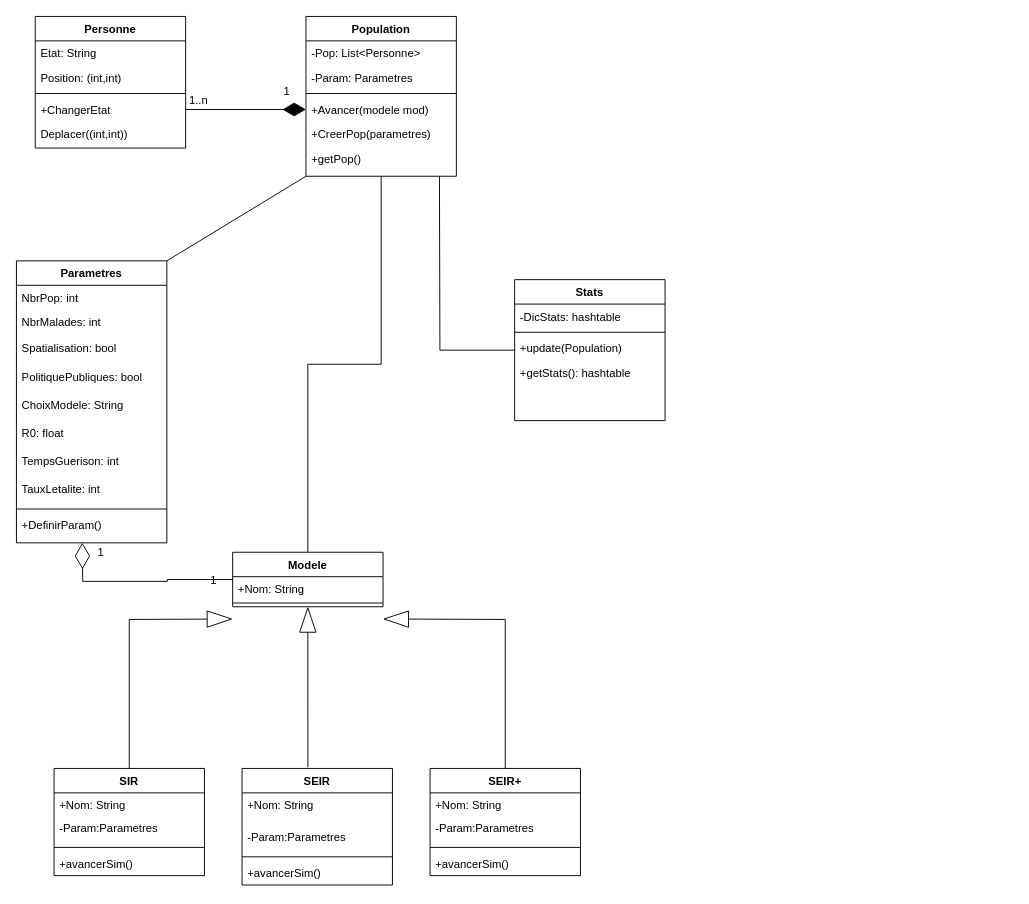
Before: Class_diagram.drawio in thomas-binga/APO_SIR_PROJET, a draw.io diagram. Source tidied: cells renumbered, new cells numbered last; positions are measured from the earlier drawing's top-left corner, leaving out a move shared by most shapes. Both pictures are drawn from the tidied source at 94%, with x=0, y=0 at pixel (16, 16).
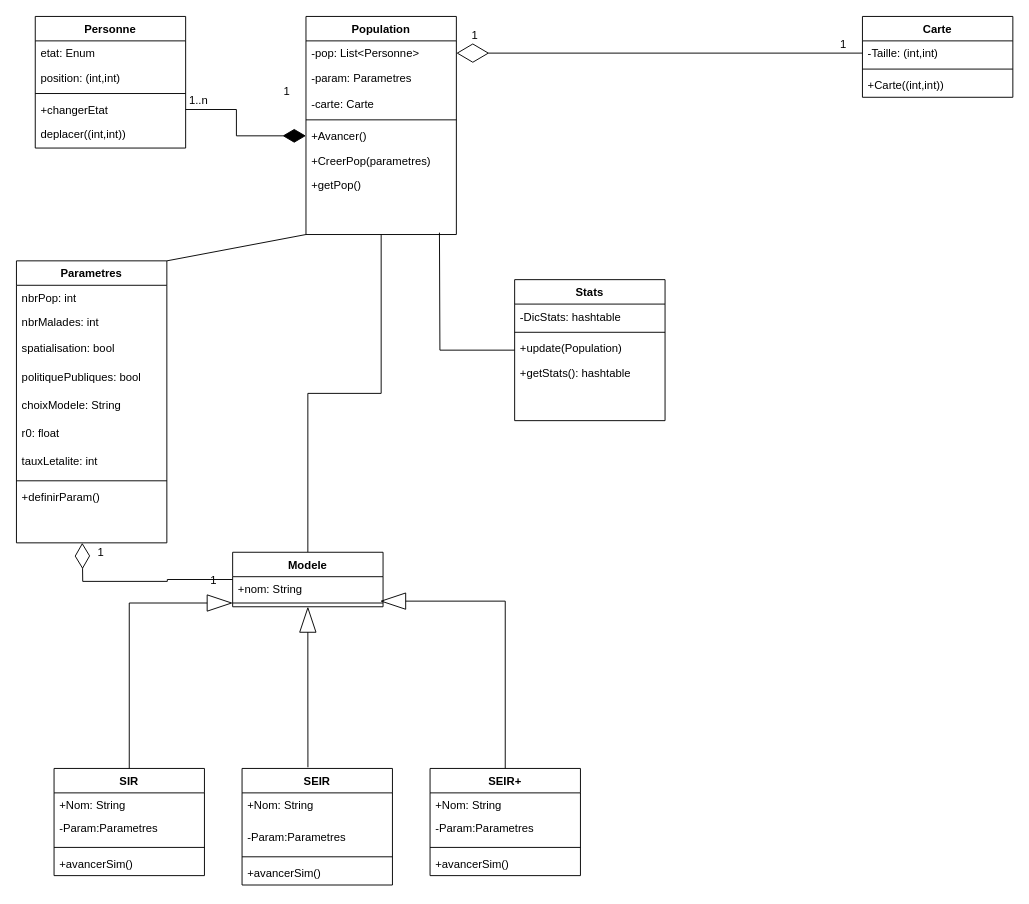
After the change.

Unchanged cells that the change refers to:
```xml
<mxCell id="2" value="Personne" style="swimlane;fontStyle=1;align=center;verticalAlign=top;horizontal=1;startSize=26;rounded=0;shadow=0;strokeWidth=1;" parent="1" vertex="1">
  <mxGeometry x="20" width="160" height="140" as="geometry" />
</mxCell>
<mxCell id="15" value="Parametres" style="swimlane;fontStyle=1;align=center;verticalAlign=top;horizontal=1;startSize=26;rounded=0;shadow=0;strokeWidth=1;" parent="1" vertex="1">
  <mxGeometry y="260" width="160" height="300" as="geometry" />
</mxCell>
<mxCell id="28" value="Stats" style="swimlane;fontStyle=1;align=center;verticalAlign=top;horizontal=1;startSize=26;rounded=0;shadow=0;strokeWidth=1;" parent="1" vertex="1">
  <mxGeometry x="530" y="280" width="160" height="150" as="geometry" />
</mxCell>
<mxCell id="36" value="Modele" style="swimlane;fontStyle=1;align=center;verticalAlign=top;horizontal=1;startSize=26;" parent="1" vertex="1">
  <mxGeometry x="230" y="570" width="160" height="58" as="geometry" />
</mxCell>
<mxCell id="38" style="line;strokeWidth=1;fillColor=none;align=left;verticalAlign=middle;spacingTop=-1;spacingLeft=3;spacingRight=3;labelPosition=right;points=[];portConstraint=eastwest;" parent="36" vertex="1">
  <mxGeometry y="50" width="160" height="8" as="geometry" />
</mxCell>
<mxCell id="39" value="SIR" style="swimlane;fontStyle=1;align=center;verticalAlign=top;horizontal=1;startSize=26;" parent="1" vertex="1">
  <mxGeometry x="40" y="800" width="160" height="114" as="geometry" />
</mxCell>
<mxCell id="49" value="SEIR+" style="swimlane;fontStyle=1;align=center;verticalAlign=top;horizontal=1;startSize=26;" parent="1" vertex="1">
  <mxGeometry x="440" y="800" width="160" height="114" as="geometry" />
</mxCell>
```

Diff of the diagram source:
```diff
@@
-    <mxCell id="3" value="Etat: String" style="text;align=left;verticalAlign=top;spacingLeft=4;spacingRight=4;overflow=hidden;" parent="2" vertex="1">
+    <mxCell id="3" value="etat: Enum" style="text;align=left;verticalAlign=top;spacingLeft=4;spacingRight=4;overflow=hidden;" parent="2" vertex="1">
       <mxGeometry y="26" width="160" height="26" as="geometry" />
     </mxCell>
-    <mxCell id="4" value="Position: (int,int)" style="text;align=left;verticalAlign=top;spacingLeft=4;spacingRight=4;overflow=hidden;rounded=0;shadow=0;html=0;" parent="2" vertex="1">
+    <mxCell id="4" value="position: (int,int)" style="text;align=left;verticalAlign=top;spacingLeft=4;spacingRight=4;overflow=hidden;rounded=0;shadow=0;html=0;" parent="2" vertex="1">
       <mxGeometry y="52" width="160" height="26" as="geometry" />
     </mxCell>
@@
-    <mxCell id="6" value="+ChangerEtat" style="text;align=left;verticalAlign=top;spacingLeft=4;spacingRight=4;overflow=hidden;points=[[0,0.5],[1,0.5]];portConstraint=eastwest;" parent="2" vertex="1">
+    <mxCell id="6" value="+changerEtat" style="text;align=left;verticalAlign=top;spacingLeft=4;spacingRight=4;overflow=hidden;points=[[0,0.5],[1,0.5]];portConstraint=eastwest;" parent="2" vertex="1">
       <mxGeometry y="86" width="160" height="26" as="geometry" />
     </mxCell>
-    <mxCell id="7" value="Deplacer((int,int))" style="text;align=left;verticalAlign=top;spacingLeft=4;spacingRight=4;overflow=hidden;" parent="2" vertex="1">
+    <mxCell id="7" value="deplacer((int,int))" style="text;align=left;verticalAlign=top;spacingLeft=4;spacingRight=4;overflow=hidden;" parent="2" vertex="1">
       <mxGeometry y="112" width="160" height="26" as="geometry" />
     </mxCell>
     <mxCell id="8" value="Population" style="swimlane;fontStyle=1;align=center;verticalAlign=top;horizontal=1;startSize=26;rounded=0;shadow=0;strokeWidth=1;" parent="1" vertex="1">
-      <mxGeometry x="308" width="160" height="170" as="geometry" />
+      <mxGeometry x="308" width="160" height="232" as="geometry" />
     </mxCell>
-    <mxCell id="9" value="-Pop: List&lt;Personne&gt;" style="text;align=left;verticalAlign=top;spacingLeft=4;spacingRight=4;overflow=hidden;points=[[0,0.5],[1,0.5]];portConstraint=eastwest;" parent="8" vertex="1">
+    <mxCell id="9" value="-pop: List&lt;Personne&gt;" style="text;align=left;verticalAlign=top;spacingLeft=4;spacingRight=4;overflow=hidden;points=[[0,0.5],[1,0.5]];portConstraint=eastwest;" parent="8" vertex="1">
       <mxGeometry y="26" width="160" height="26" as="geometry" />
     </mxCell>
-    <mxCell id="10" value="-Param: Parametres" style="text;align=left;verticalAlign=top;spacingLeft=4;spacingRight=4;overflow=hidden;" parent="8" vertex="1">
-      <mxGeometry y="52" width="160" height="26" as="geometry" />
+    <mxCell id="10" value="-param: Parametres" style="text;align=left;verticalAlign=top;spacingLeft=4;spacingRight=4;overflow=hidden;" parent="8" vertex="1">
+      <mxGeometry y="52" width="160" height="28" as="geometry" />
     </mxCell>
+    <mxCell id="61" value="-carte: Carte" style="text;align=left;verticalAlign=top;spacingLeft=4;spacingRight=4;overflow=hidden;" parent="8" vertex="1">
+      <mxGeometry y="80" width="160" height="26" as="geometry" />
+    </mxCell>
     <mxCell id="11" style="line;html=1;strokeWidth=1;align=left;verticalAlign=middle;spacingTop=-1;spacingLeft=3;spacingRight=3;labelPosition=right;" parent="8" vertex="1">
-      <mxGeometry y="78" width="160" height="8" as="geometry" />
+      <mxGeometry y="106" width="160" height="8" as="geometry" />
     </mxCell>
-    <mxCell id="12" value="+Avancer(modele mod)" style="text;align=left;verticalAlign=top;spacingLeft=4;spacingRight=4;overflow=hidden;points=[[0,0.5],[1,0.5]];portConstraint=eastwest;" parent="8" vertex="1">
-      <mxGeometry y="86" width="160" height="26" as="geometry" />
+    <mxCell id="12" value="+Avancer()" style="text;align=left;verticalAlign=top;spacingLeft=4;spacingRight=4;overflow=hidden;points=[[0,0.5],[1,0.5]];portConstraint=eastwest;" parent="8" vertex="1">
+      <mxGeometry y="114" width="160" height="26" as="geometry" />
     </mxCell>
     <mxCell id="13" value="+CreerPop(parametres)" style="text;align=left;verticalAlign=top;spacingLeft=4;spacingRight=4;overflow=hidden;" parent="8" vertex="1">
-      <mxGeometry y="112" width="160" height="26" as="geometry" />
+      <mxGeometry y="140" width="160" height="26" as="geometry" />
     </mxCell>
     <mxCell id="14" value="+getPop()" style="text;align=left;verticalAlign=top;spacingLeft=4;spacingRight=4;overflow=hidden;" parent="8" vertex="1">
-      <mxGeometry y="138" width="160" height="26" as="geometry" />
+      <mxGeometry y="166" width="160" height="26" as="geometry" />
     </mxCell>
@@
-    <mxCell id="16" value="NbrPop: int" style="text;align=left;verticalAlign=top;spacingLeft=4;spacingRight=4;overflow=hidden;" parent="15" vertex="1">
+    <mxCell id="16" value="nbrPop: int" style="text;align=left;verticalAlign=top;spacingLeft=4;spacingRight=4;overflow=hidden;" parent="15" vertex="1">
       <mxGeometry y="26" width="160" height="26" as="geometry" />
     </mxCell>
-    <mxCell id="17" value="NbrMalades: int" style="text;align=left;verticalAlign=top;spacingLeft=4;spacingRight=4;overflow=hidden;rounded=0;shadow=0;html=0;" parent="15" vertex="1">
+    <mxCell id="17" value="nbrMalades: int" style="text;align=left;verticalAlign=top;spacingLeft=4;spacingRight=4;overflow=hidden;rounded=0;shadow=0;html=0;" parent="15" vertex="1">
       <mxGeometry y="52" width="160" height="28" as="geometry" />
     </mxCell>
-    <mxCell id="18" value="Spatialisation: bool&#10;" style="text;align=left;verticalAlign=top;spacingLeft=4;spacingRight=4;overflow=hidden;rounded=0;shadow=0;html=0;" parent="15" vertex="1">
+    <mxCell id="18" value="spatialisation: bool&#10;" style="text;align=left;verticalAlign=top;spacingLeft=4;spacingRight=4;overflow=hidden;rounded=0;shadow=0;html=0;" parent="15" vertex="1">
       <mxGeometry y="80" width="160" height="30" as="geometry" />
     </mxCell>
-    <mxCell id="19" value="PolitiquePubliques: bool" style="text;align=left;verticalAlign=top;spacingLeft=4;spacingRight=4;overflow=hidden;rounded=0;shadow=0;html=0;" parent="15" vertex="1">
+    <mxCell id="19" value="politiquePubliques: bool" style="text;align=left;verticalAlign=top;spacingLeft=4;spacingRight=4;overflow=hidden;rounded=0;shadow=0;html=0;" parent="15" vertex="1">
       <mxGeometry y="110" width="160" height="30" as="geometry" />
     </mxCell>
-    <mxCell id="20" value="ChoixModele: String" style="text;align=left;verticalAlign=top;spacingLeft=4;spacingRight=4;overflow=hidden;rounded=0;shadow=0;html=0;" parent="15" vertex="1">
+    <mxCell id="20" value="choixModele: String" style="text;align=left;verticalAlign=top;spacingLeft=4;spacingRight=4;overflow=hidden;rounded=0;shadow=0;html=0;" parent="15" vertex="1">
       <mxGeometry y="140" width="160" height="30" as="geometry" />
     </mxCell>
-    <mxCell id="21" value="R0: float" style="text;align=left;verticalAlign=top;spacingLeft=4;spacingRight=4;overflow=hidden;rounded=0;shadow=0;html=0;" parent="15" vertex="1">
+    <mxCell id="21" value="r0: float" style="text;align=left;verticalAlign=top;spacingLeft=4;spacingRight=4;overflow=hidden;rounded=0;shadow=0;html=0;" parent="15" vertex="1">
       <mxGeometry y="170" width="160" height="30" as="geometry" />
     </mxCell>
-    <mxCell id="22" value="TempsGuerison: int" style="text;align=left;verticalAlign=top;spacingLeft=4;spacingRight=4;overflow=hidden;rounded=0;shadow=0;html=0;" parent="15" vertex="1">
-      <mxGeometry y="200" width="160" height="30" as="geometry" />
-    </mxCell>
-    <mxCell id="23" value="TauxLetalite: int" style="text;align=left;verticalAlign=top;spacingLeft=4;spacingRight=4;overflow=hidden;rounded=0;shadow=0;html=0;" parent="15" vertex="1">
-      <mxGeometry y="230" width="160" height="30" as="geometry" />
+    <mxCell id="23" value="tauxLetalite: int" style="text;align=left;verticalAlign=top;spacingLeft=4;spacingRight=4;overflow=hidden;rounded=0;shadow=0;html=0;" parent="15" vertex="1">
+      <mxGeometry y="200" width="160" height="30" as="geometry" />
     </mxCell>
     <mxCell id="24" style="line;html=1;strokeWidth=1;align=left;verticalAlign=middle;spacingTop=-1;spacingLeft=3;spacingRight=3;labelPosition=right;" parent="15" vertex="1">
-      <mxGeometry y="260" width="160" height="8" as="geometry" />
+      <mxGeometry y="230" width="160" height="8" as="geometry" />
     </mxCell>
-    <mxCell id="25" value="+DefinirParam()" style="text;align=left;verticalAlign=top;spacingLeft=4;spacingRight=4;overflow=hidden;" parent="15" vertex="1">
-      <mxGeometry y="268" width="160" height="26" as="geometry" />
+    <mxCell id="25" value="+definirParam()" style="text;align=left;verticalAlign=top;spacingLeft=4;spacingRight=4;overflow=hidden;" parent="15" vertex="1">
+      <mxGeometry y="238" width="160" height="26" as="geometry" />
     </mxCell>
@@
     <mxCell id="27" style="edgeStyle=orthogonalEdgeStyle;rounded=0;jettySize=auto;html=1;endArrow=none;endFill=0;" parent="1" edge="1" source="28">
       <mxGeometry relative="1" as="geometry">
-        <mxPoint x="450" y="170" as="targetPoint" />
+        <mxPoint x="450" y="230" as="targetPoint" />
       </mxGeometry>
     </mxCell>
@@
-    <mxCell id="37" value="+Nom: String" style="text;strokeColor=none;fillColor=none;align=left;verticalAlign=top;spacingLeft=4;spacingRight=4;overflow=hidden;" parent="36" vertex="1">
+    <mxCell id="37" value="+nom: String" style="text;strokeColor=none;fillColor=none;align=left;verticalAlign=top;spacingLeft=4;spacingRight=4;overflow=hidden;" parent="36" vertex="1">
       <mxGeometry y="26" width="160" height="24" as="geometry" />
     </mxCell>
@@
-    <mxCell id="57" style="edgeStyle=orthogonalEdgeStyle;rounded=0;jettySize=auto;html=1;entryX=0.5;entryY=0;entryDx=0;entryDy=0;startSize=25;endArrow=none;endFill=0;endSize=25;strokeWidth=1;startArrow=blockThin;startFill=0;" parent="1" edge="1" target="39">
-      <mxGeometry relative="1" as="geometry">
-        <mxPoint x="230" y="641" as="sourcePoint" />
-      </mxGeometry>
+    <mxCell id="57" style="edgeStyle=orthogonalEdgeStyle;rounded=0;jettySize=auto;html=1;entryX=0.5;entryY=0;entryDx=0;entryDy=0;startSize=25;endArrow=none;endFill=0;endSize=25;strokeWidth=1;startArrow=blockThin;startFill=0;" parent="1" edge="1" source="38" target="39">
+      <mxGeometry relative="1" as="geometry" />
     </mxCell>
-    <mxCell id="58" style="edgeStyle=orthogonalEdgeStyle;rounded=0;jettySize=auto;html=1;entryX=0.5;entryY=0;entryDx=0;entryDy=0;startArrow=blockThin;startFill=0;startSize=25;endArrow=none;endFill=0;endSize=25;strokeWidth=1;" parent="1" edge="1" target="49">
-      <mxGeometry relative="1" as="geometry">
-        <mxPoint x="390" y="641" as="sourcePoint" />
-      </mxGeometry>
+    <mxCell id="58" style="edgeStyle=orthogonalEdgeStyle;rounded=0;jettySize=auto;html=1;entryX=0.5;entryY=0;entryDx=0;entryDy=0;startArrow=blockThin;startFill=0;startSize=25;endArrow=none;endFill=0;endSize=25;strokeWidth=1;exitX=0.981;exitY=0.25;exitDx=0;exitDy=0;exitPerimeter=0;" parent="1" edge="1" source="38" target="49">
+      <mxGeometry relative="1" as="geometry" />
     </mxCell>
@@
+    <mxCell id="62" value="Carte" style="swimlane;fontStyle=1;align=center;verticalAlign=top;horizontal=1;startSize=26;" parent="1" vertex="1">
+      <mxGeometry x="900" width="160" height="86" as="geometry" />
+    </mxCell>
+    <mxCell id="63" value="-Taille: (int,int)" style="text;strokeColor=none;fillColor=none;align=left;verticalAlign=top;spacingLeft=4;spacingRight=4;overflow=hidden;points=[[0,0.5],[1,0.5]];portConstraint=eastwest;" parent="62" vertex="1">
+      <mxGeometry y="26" width="160" height="26" as="geometry" />
+    </mxCell>
+    <mxCell id="64" style="line;strokeWidth=1;fillColor=none;align=left;verticalAlign=middle;spacingTop=-1;spacingLeft=3;spacingRight=3;labelPosition=right;" parent="62" vertex="1">
+      <mxGeometry y="52" width="160" height="8" as="geometry" />
+    </mxCell>
+    <mxCell id="65" value="+Carte((int,int))&#10;" style="text;strokeColor=none;fillColor=none;align=left;verticalAlign=top;spacingLeft=4;spacingRight=4;overflow=hidden;" parent="62" vertex="1">
+      <mxGeometry y="60" width="160" height="26" as="geometry" />
+    </mxCell>
+    <mxCell id="66" style="edgeStyle=orthogonalEdgeStyle;rounded=0;jettySize=auto;html=1;entryX=1;entryY=0.5;entryDx=0;entryDy=0;endArrow=diamondThin;endFill=0;startArrow=none;startFill=0;sourcePerimeterSpacing=0;strokeWidth=1;endSize=32;startSize=6;" parent="1" edge="1" source="63" target="9">
+      <mxGeometry relative="1" as="geometry" />
+    </mxCell>
+    <mxCell id="67" value="1" style="text;html=1;strokeColor=none;fillColor=none;align=center;verticalAlign=middle;whiteSpace=wrap;rounded=0;" parent="1" vertex="1">
+      <mxGeometry x="860" y="20" width="40" height="20" as="geometry" />
+    </mxCell>
+    <mxCell id="68" value="1" style="text;html=1;strokeColor=none;fillColor=none;align=center;verticalAlign=middle;whiteSpace=wrap;rounded=0;" parent="1" vertex="1">
+      <mxGeometry x="468" y="10" width="40" height="20" as="geometry" />
+    </mxCell>
```
